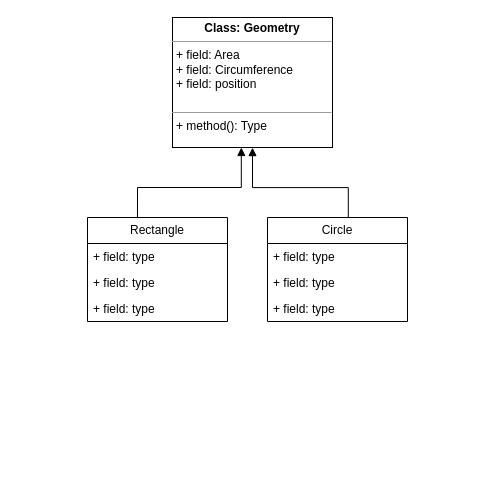
nabil0n/PythonAI23 keeps this draw.io diagram as Labs/labb3/Labb3_UML.drawio. Above is the earlier version. Source tidied: cells renumbered, new cells numbered last; positions are measured from the earlier drawing's top-left corner, leaving out a move shared by most shapes. Both pictures are drawn from the tidied source at 100%, with x=0, y=0 at pixel (87, 17).
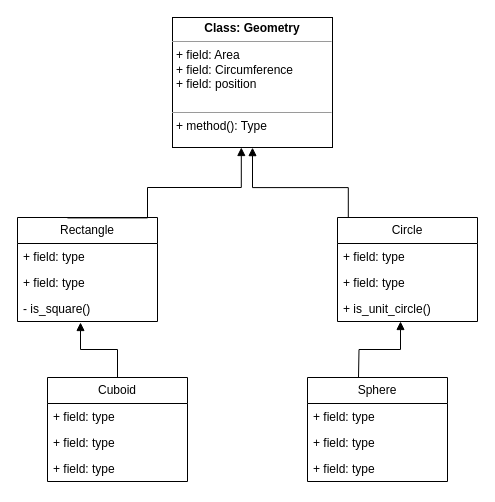
The same diagram, later.

Diff of the diagram source:
```diff
@@
     <mxCell id="3" value="&lt;div&gt;Rectangle&lt;/div&gt;" style="swimlane;fontStyle=0;horizontal=1;startSize=26;fillColor=none;whiteSpace=wrap;html=1;" parent="1" vertex="1">
-      <mxGeometry y="200" width="140" height="104" as="geometry" />
+      <mxGeometry x="-70" y="200" width="140" height="104" as="geometry" />
     </mxCell>
@@
-    <mxCell id="6" value="+ field: type" style="text;strokeColor=none;fillColor=none;align=left;verticalAlign=top;spacingLeft=4;spacingRight=4;overflow=hidden;points=[[0,0.5],[1,0.5]];portConstraint=eastwest;whiteSpace=wrap;html=1;" parent="3" vertex="1">
+    <mxCell id="6" value="- is_square()" style="text;strokeColor=none;fillColor=none;align=left;verticalAlign=top;spacingLeft=4;spacingRight=4;overflow=hidden;points=[[0,0.5],[1,0.5]];portConstraint=eastwest;whiteSpace=wrap;html=1;" parent="3" vertex="1">
       <mxGeometry y="78" width="140" height="26" as="geometry" />
     </mxCell>
     <mxCell id="7" value="Circle" style="swimlane;fontStyle=0;horizontal=1;startSize=26;fillColor=none;whiteSpace=wrap;html=1;" parent="1" vertex="1">
-      <mxGeometry x="180" y="200" width="140" height="104" as="geometry" />
+      <mxGeometry x="250" y="200" width="140" height="104" as="geometry" />
     </mxCell>
@@
-    <mxCell id="10" value="+ field: type" style="text;strokeColor=none;fillColor=none;align=left;verticalAlign=top;spacingLeft=4;spacingRight=4;overflow=hidden;points=[[0,0.5],[1,0.5]];portConstraint=eastwest;whiteSpace=wrap;html=1;" parent="7" vertex="1">
+    <mxCell id="10" value="+ is_unit_circle()" style="text;strokeColor=none;fillColor=none;align=left;verticalAlign=top;spacingLeft=4;spacingRight=4;overflow=hidden;points=[[0,0.5],[1,0.5]];portConstraint=eastwest;whiteSpace=wrap;html=1;" parent="7" vertex="1">
       <mxGeometry y="78" width="140" height="26" as="geometry" />
     </mxCell>
     <mxCell id="11" value="&lt;div&gt;&lt;br&gt;&lt;/div&gt;" style="endArrow=block;endFill=1;html=1;edgeStyle=orthogonalEdgeStyle;align=left;verticalAlign=top;rounded=0;entryX=0.43;entryY=1.009;entryDx=0;entryDy=0;entryPerimeter=0;exitX=0.357;exitY=0.004;exitDx=0;exitDy=0;exitPerimeter=0;" parent="1" edge="1" source="3">
       <mxGeometry x="-1" relative="1" as="geometry">
         <mxPoint x="153.8" y="130" as="targetPoint" />
         <Array as="points">
-          <mxPoint x="50" y="170" />
+          <mxPoint x="60" y="200" />
+          <mxPoint x="60" y="170" />
           <mxPoint x="154" y="170" />
         </Array>
       </mxGeometry>
     </mxCell>
@@
+    <mxCell id="13" value="Sphere" style="swimlane;fontStyle=0;horizontal=1;startSize=26;fillColor=none;whiteSpace=wrap;html=1;" parent="1" vertex="1">
+      <mxGeometry x="220" y="360" width="140" height="104" as="geometry" />
+    </mxCell>
+    <mxCell id="14" value="+ field: type" style="text;strokeColor=none;fillColor=none;align=left;verticalAlign=top;spacingLeft=4;spacingRight=4;overflow=hidden;whiteSpace=wrap;html=1;" parent="13" vertex="1">
+      <mxGeometry y="26" width="140" height="26" as="geometry" />
+    </mxCell>
+    <mxCell id="15" value="+ field: type" style="text;strokeColor=none;fillColor=none;align=left;verticalAlign=top;spacingLeft=4;spacingRight=4;overflow=hidden;whiteSpace=wrap;html=1;" parent="13" vertex="1">
+      <mxGeometry y="52" width="140" height="26" as="geometry" />
+    </mxCell>
+    <mxCell id="16" value="+ field: type" style="text;strokeColor=none;fillColor=none;align=left;verticalAlign=top;spacingLeft=4;spacingRight=4;overflow=hidden;whiteSpace=wrap;html=1;" parent="13" vertex="1">
+      <mxGeometry y="78" width="140" height="26" as="geometry" />
+    </mxCell>
+    <mxCell id="17" value="Cuboid" style="swimlane;fontStyle=0;horizontal=1;startSize=26;fillColor=none;whiteSpace=wrap;html=1;" parent="1" vertex="1">
+      <mxGeometry x="-40" y="360" width="140" height="104" as="geometry" />
+    </mxCell>
+    <mxCell id="18" value="+ field: type" style="text;strokeColor=none;fillColor=none;align=left;verticalAlign=top;spacingLeft=4;spacingRight=4;overflow=hidden;whiteSpace=wrap;html=1;" parent="17" vertex="1">
+      <mxGeometry y="26" width="140" height="26" as="geometry" />
+    </mxCell>
+    <mxCell id="19" value="+ field: type" style="text;strokeColor=none;fillColor=none;align=left;verticalAlign=top;spacingLeft=4;spacingRight=4;overflow=hidden;whiteSpace=wrap;html=1;" parent="17" vertex="1">
+      <mxGeometry y="52" width="140" height="26" as="geometry" />
+    </mxCell>
+    <mxCell id="20" value="+ field: type" style="text;strokeColor=none;fillColor=none;align=left;verticalAlign=top;spacingLeft=4;spacingRight=4;overflow=hidden;whiteSpace=wrap;html=1;" parent="17" vertex="1">
+      <mxGeometry y="78" width="140" height="26" as="geometry" />
+    </mxCell>
+    <mxCell id="21" style="endArrow=block;endFill=1;html=1;edgeStyle=orthogonalEdgeStyle;align=left;verticalAlign=top;rounded=0;exitX=0.5;exitY=0;exitDx=0;exitDy=0;entryX=0.45;entryY=1.038;entryDx=0;entryDy=0;entryPerimeter=0;" parent="1" edge="1" source="17" target="6">
+      <mxGeometry x="-1" relative="1" as="geometry" />
+    </mxCell>
+    <mxCell id="22" style="endArrow=block;endFill=1;html=1;edgeStyle=orthogonalEdgeStyle;align=left;verticalAlign=top;rounded=0;entryX=0.45;entryY=1;entryDx=0;entryDy=0;entryPerimeter=0;" parent="1" edge="1" target="10">
+      <mxGeometry x="-1" relative="1" as="geometry">
+        <mxPoint x="271" y="360" as="sourcePoint" />
+      </mxGeometry>
+    </mxCell>
```
